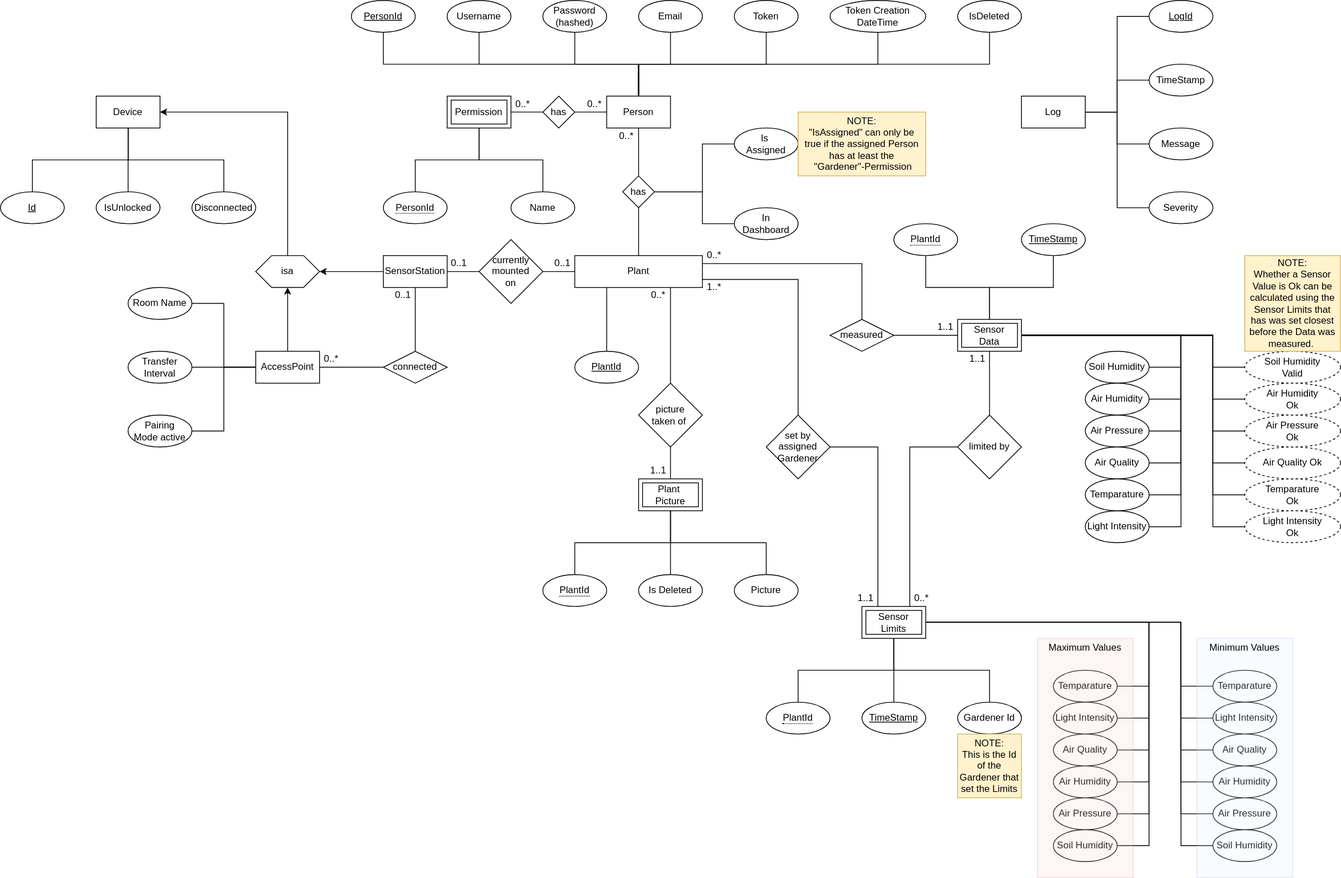
FabioPlunser/SWE keeps this draw.io diagram as Diagrams/er-diagramm.drawio.svg. Above is the earlier version. Source tidied: cells renumbered, new cells last; positions are measured from the earlier drawing's top-left corner, leaving out a move shared by most shapes.
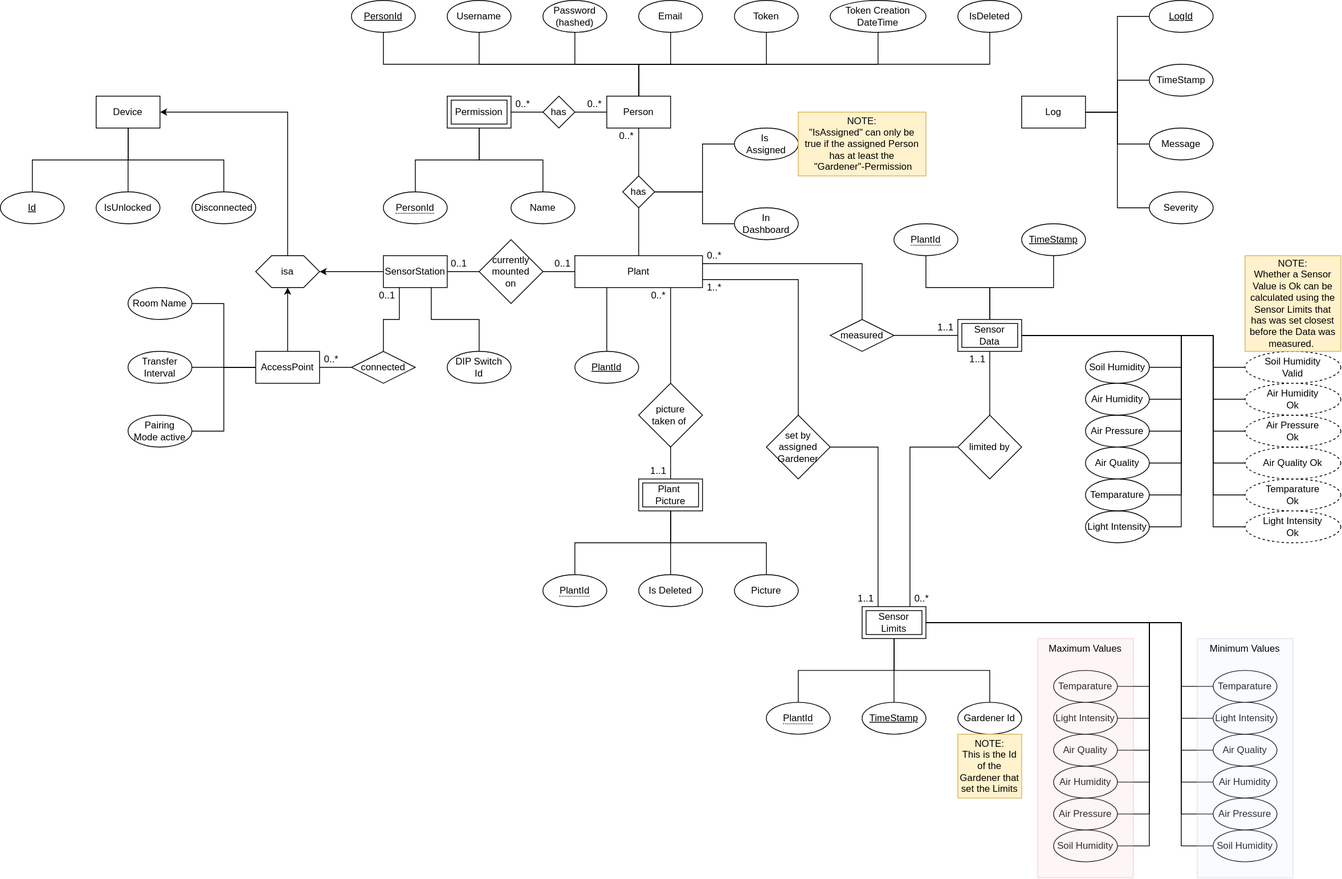
After the change.

Commit message:
Added DIP-Switch Id to SensorStation in ER-Diagram

What changed in the source:
```diff
@@ -510,13 +510,18 @@
       <mxGeometry x="1200" width="80" height="40" as="geometry" />
     </mxCell>
     <mxCell id="103" style="edgeStyle=orthogonalEdgeStyle;rounded=0;jettySize=auto;html=1;endArrow=none;endFill=0;" parent="1" edge="1" source="104" target="39">
-      <mxGeometry relative="1" as="geometry" />
+      <mxGeometry relative="1" as="geometry">
+        <Array as="points">
+          <mxPoint x="480" y="400" />
+          <mxPoint x="500" y="400" />
+        </Array>
+      </mxGeometry>
     </mxCell>
     <mxCell id="104" value="connected" style="shape=rhombus;perimeter=rhombusPerimeter;whiteSpace=wrap;html=1;align=center;" parent="1" vertex="1">
-      <mxGeometry x="480" y="440" width="80" height="40" as="geometry" />
+      <mxGeometry x="440" y="440" width="80" height="40" as="geometry" />
     </mxCell>
     <mxCell id="105" value="0..1" style="text;html=1;strokeColor=none;fillColor=none;align=center;verticalAlign=middle;whiteSpace=wrap;rounded=0;" parent="1" vertex="1">
-      <mxGeometry x="490" y="360" width="30" height="20" as="geometry" />
+      <mxGeometry x="470" y="360" width="30" height="20" as="geometry" />
     </mxCell>
     <mxCell id="106" value="0..*" style="text;html=1;strokeColor=none;fillColor=none;align=center;verticalAlign=middle;whiteSpace=wrap;rounded=0;" parent="1" vertex="1">
       <mxGeometry x="400" y="440" width="30" height="20" as="geometry" />
@@ -771,5 +776,16 @@
     <mxCell id="167" value="NOTE:&lt;br&gt;Whether a Sensor Value is Ok can be calculated using the&lt;br&gt;Sensor Limits that has was set closest before the Data was measured.&amp;nbsp;" style="text;html=1;strokeColor=#d6b656;fillColor=#fff2cc;align=center;verticalAlign=middle;whiteSpace=wrap;rounded=0;" parent="1" vertex="1">
       <mxGeometry x="1560" y="320" width="120" height="120" as="geometry" />
     </mxCell>
+    <mxCell id="168" style="edgeStyle=orthogonalEdgeStyle;rounded=0;jettySize=auto;html=1;endArrow=none;endFill=0;" parent="1" edge="1" source="169" target="39">
+      <mxGeometry relative="1" as="geometry">
+        <Array as="points">
+          <mxPoint x="600" y="400" />
+          <mxPoint x="540" y="400" />
+        </Array>
+      </mxGeometry>
+    </mxCell>
+    <mxCell id="169" value="DIP Switch&lt;br&gt;Id" style="ellipse;whiteSpace=wrap;html=1;align=center;" parent="1" vertex="1">
+      <mxGeometry x="560" y="440" width="80" height="40" as="geometry" />
+    </mxCell>
   </root>
 </mxGraphModel>
```
